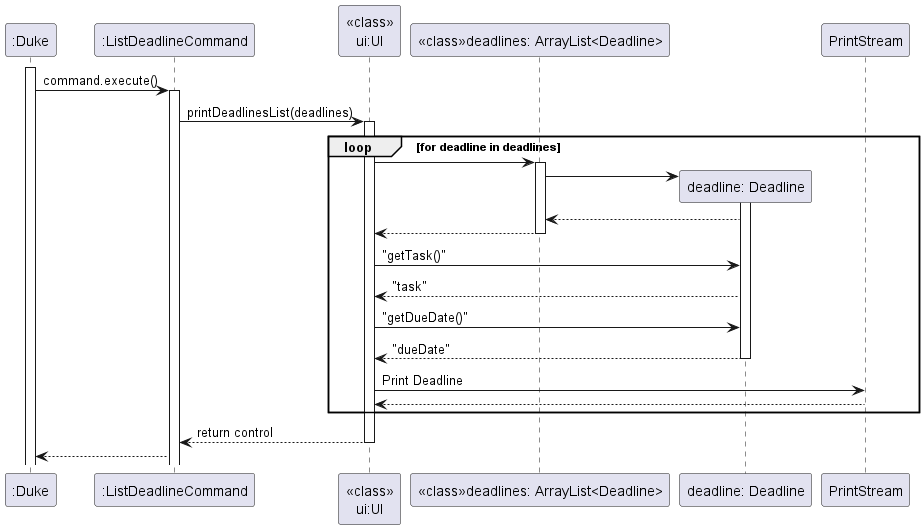
Earlier version of the PlantUML export docs/diagrams/Deadline/ListDeadlineCommandSequenceDiagram.png (nus-cs2113-AY2223S2/tp).
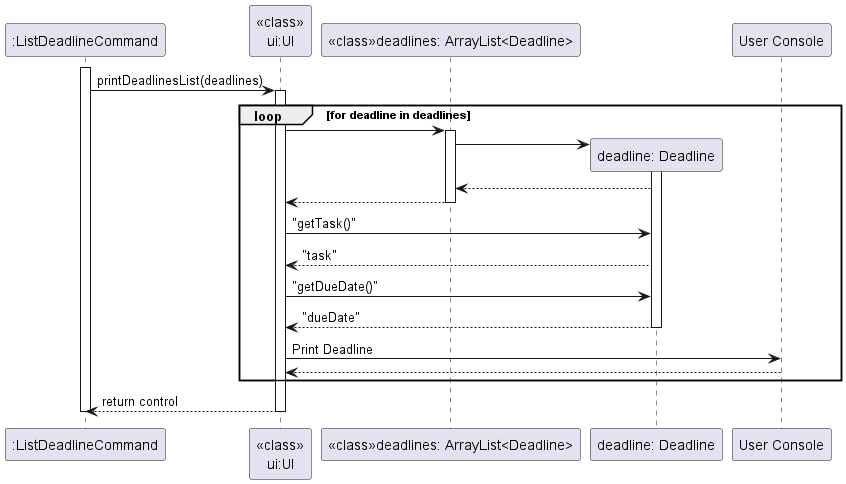
The same file after the commit.

Change to the diagram source:
```diff
@@ -1,7 +1,4 @@
 @startuml
-
-activate ":Duke"
-":Duke" -> ":ListDeadlineCommand" : command.execute()
 
 activate ":ListDeadlineCommand"
 
@@ -26,13 +23,12 @@
      "<<class>>\nui:UI" <-- "deadline: Deadline": "dueDate"
      deactivate "deadline: Deadline"
 
-     "<<class>>\nui:UI" -> PrintStream : Print Deadline
-     "<<class>>\nui:UI" <-- PrintStream
+     "<<class>>\nui:UI" -> "User Console" : Print Deadline
+     "<<class>>\nui:UI" <-- "User Console"
 
 end
 
-
 "<<class>>\nui:UI" --> ":ListDeadlineCommand" : return control
 deactivate "<<class>>\nui:UI"
-":Duke" <-- ":ListDeadlineCommand"
+deactivate ":ListDeadlineCommand"
 @enduml
```
